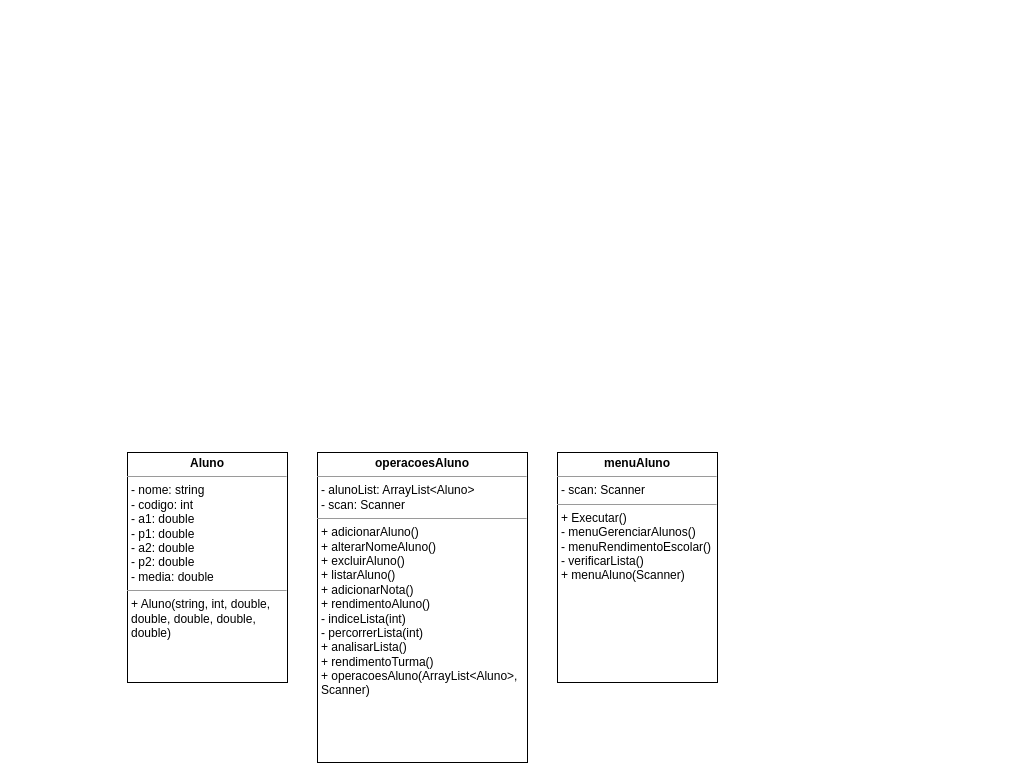
Before: Projeto_Clinica/Projeto_A2.drawio in RyanBrittes/Faculdade_LOO, a draw.io diagram. Source tidied: cells renumbered, new cells numbered last; positions are measured from the earlier drawing's top-left corner, leaving out a move shared by most shapes. Both pictures are drawn from the tidied source at 100%, with x=0, y=0 at pixel (127, 452).
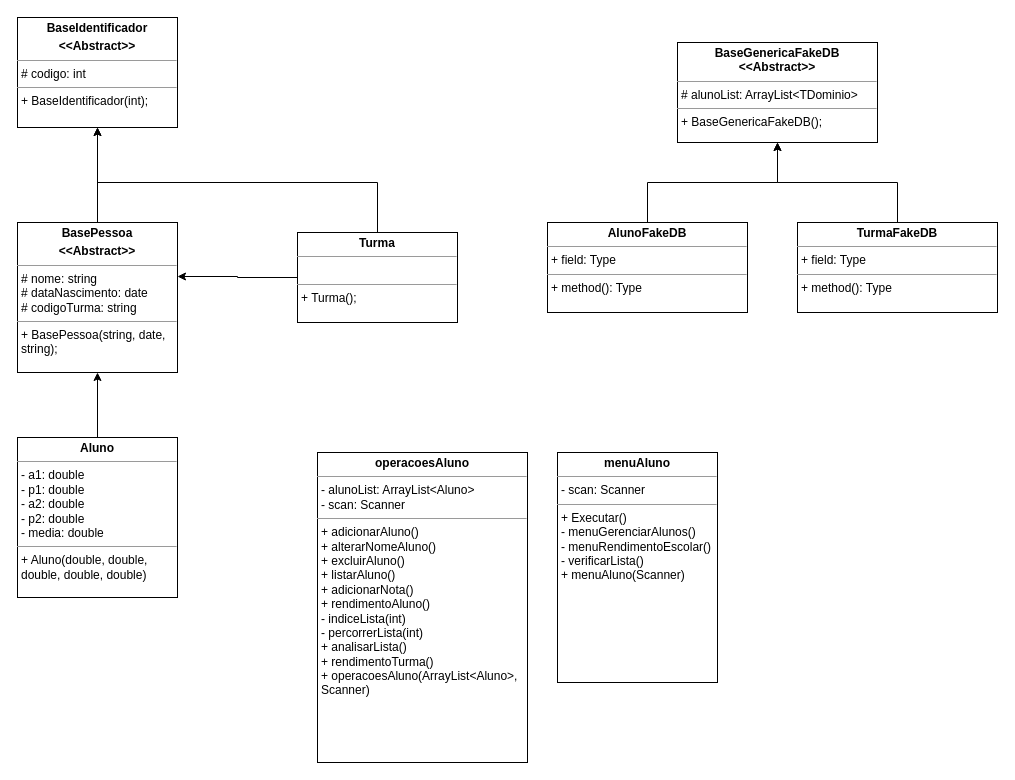
Above is the later version.

Change to the diagram source:
```diff
@@
 <mxGraphModel>
   <root>
     <mxCell id="0" />
     <mxCell id="1" parent="0" />
+    <mxCell id="5" style="edgeStyle=orthogonalEdgeStyle;rounded=0;jettySize=auto;html=1;" parent="1" edge="1" source="2" target="8">
+      <mxGeometry relative="1" as="geometry" />
+    </mxCell>
-    <mxCell id="2" value="&lt;p style=&quot;margin:0px;margin-top:4px;text-align:center;&quot;&gt;&lt;b&gt;Aluno&lt;/b&gt;&lt;/p&gt;&lt;hr size=&quot;1&quot;&gt;&lt;p style=&quot;margin:0px;margin-left:4px;&quot;&gt;- nome: string&lt;/p&gt;&lt;p style=&quot;margin:0px;margin-left:4px;&quot;&gt;- codigo: int&lt;/p&gt;&lt;p style=&quot;margin:0px;margin-left:4px;&quot;&gt;- a1: double&lt;/p&gt;&lt;p style=&quot;margin:0px;margin-left:4px;&quot;&gt;- p1: double&lt;/p&gt;&lt;p style=&quot;margin:0px;margin-left:4px;&quot;&gt;- a2: double&lt;/p&gt;&lt;p style=&quot;margin:0px;margin-left:4px;&quot;&gt;- p2: double&lt;/p&gt;&lt;p style=&quot;margin:0px;margin-left:4px;&quot;&gt;- media: double&lt;/p&gt;&lt;hr size=&quot;1&quot;&gt;&lt;p style=&quot;margin:0px;margin-left:4px;&quot;&gt;+ Aluno(string, int, double, double, double, double, double)&lt;/p&gt;&lt;p style=&quot;margin:0px;margin-left:4px;&quot;&gt;&lt;br&gt;&lt;/p&gt;&lt;p style=&quot;margin:0px;margin-left:4px;&quot;&gt;&lt;br&gt;&lt;/p&gt;" style="verticalAlign=top;align=left;overflow=fill;fontSize=12;fontFamily=Helvetica;html=1;whiteSpace=wrap;" parent="1" vertex="1">
-      <mxGeometry width="160" height="230" as="geometry" />
+    <mxCell id="2" value="&lt;p style=&quot;margin:0px;margin-top:4px;text-align:center;&quot;&gt;&lt;b&gt;Aluno&lt;/b&gt;&lt;/p&gt;&lt;hr size=&quot;1&quot;&gt;&lt;p style=&quot;margin:0px;margin-left:4px;&quot;&gt;&lt;span style=&quot;background-color: initial;&quot;&gt;- a1: double&lt;/span&gt;&lt;br&gt;&lt;/p&gt;&lt;p style=&quot;margin:0px;margin-left:4px;&quot;&gt;- p1: double&lt;/p&gt;&lt;p style=&quot;margin:0px;margin-left:4px;&quot;&gt;- a2: double&lt;/p&gt;&lt;p style=&quot;margin:0px;margin-left:4px;&quot;&gt;- p2: double&lt;/p&gt;&lt;p style=&quot;margin:0px;margin-left:4px;&quot;&gt;- media: double&lt;/p&gt;&lt;hr size=&quot;1&quot;&gt;&lt;p style=&quot;margin:0px;margin-left:4px;&quot;&gt;+ Aluno(double, double, double, double, double)&lt;/p&gt;&lt;p style=&quot;margin:0px;margin-left:4px;&quot;&gt;&lt;br&gt;&lt;/p&gt;&lt;p style=&quot;margin:0px;margin-left:4px;&quot;&gt;&lt;br&gt;&lt;/p&gt;" style="verticalAlign=top;align=left;overflow=fill;fontSize=12;fontFamily=Helvetica;html=1;whiteSpace=wrap;" parent="1" vertex="1">
+      <mxGeometry x="-110" y="-15" width="160" height="160" as="geometry" />
     </mxCell>
     <mxCell id="3" value="&lt;p style=&quot;margin:0px;margin-top:4px;text-align:center;&quot;&gt;&lt;b&gt;menuAluno&lt;/b&gt;&lt;/p&gt;&lt;hr size=&quot;1&quot;&gt;&lt;p style=&quot;margin:0px;margin-left:4px;&quot;&gt;- scan: Scanner&lt;/p&gt;&lt;hr size=&quot;1&quot;&gt;&lt;p style=&quot;margin:0px;margin-left:4px;&quot;&gt;+ Executar()&lt;/p&gt;&lt;p style=&quot;margin:0px;margin-left:4px;&quot;&gt;- menuGerenciarAlunos()&lt;/p&gt;&lt;p style=&quot;margin:0px;margin-left:4px;&quot;&gt;- menuRendimentoEscolar()&lt;/p&gt;&lt;p style=&quot;margin:0px;margin-left:4px;&quot;&gt;- verificarLista()&lt;/p&gt;&lt;p style=&quot;margin:0px;margin-left:4px;&quot;&gt;+ menuAluno(Scanner)&lt;/p&gt;" style="verticalAlign=top;align=left;overflow=fill;fontSize=12;fontFamily=Helvetica;html=1;whiteSpace=wrap;" parent="1" vertex="1">
       <mxGeometry x="430" width="160" height="230" as="geometry" />
     </mxCell>
     <mxCell id="4" value="&lt;p style=&quot;margin:0px;margin-top:4px;text-align:center;&quot;&gt;&lt;b&gt;operacoesAluno&lt;/b&gt;&lt;/p&gt;&lt;hr size=&quot;1&quot;&gt;&lt;p style=&quot;margin:0px;margin-left:4px;&quot;&gt;- alunoList: ArrayList&amp;lt;Aluno&amp;gt;&lt;/p&gt;&lt;p style=&quot;margin:0px;margin-left:4px;&quot;&gt;- scan: Scanner&lt;/p&gt;&lt;hr size=&quot;1&quot;&gt;&lt;p style=&quot;margin:0px;margin-left:4px;&quot;&gt;+ adicionarAluno()&lt;/p&gt;&lt;p style=&quot;margin:0px;margin-left:4px;&quot;&gt;+ alterarNomeAluno()&lt;/p&gt;&lt;p style=&quot;margin:0px;margin-left:4px;&quot;&gt;+ excluirAluno()&lt;/p&gt;&lt;p style=&quot;margin:0px;margin-left:4px;&quot;&gt;+ listarAluno()&lt;/p&gt;&lt;p style=&quot;margin:0px;margin-left:4px;&quot;&gt;+ adicionarNota()&lt;/p&gt;&lt;p style=&quot;margin:0px;margin-left:4px;&quot;&gt;+ rendimentoAluno()&lt;/p&gt;&lt;p style=&quot;margin:0px;margin-left:4px;&quot;&gt;- indiceLista(int)&lt;/p&gt;&lt;p style=&quot;margin:0px;margin-left:4px;&quot;&gt;- percorrerLista(int)&lt;/p&gt;&lt;p style=&quot;margin:0px;margin-left:4px;&quot;&gt;+ analisarLista()&lt;/p&gt;&lt;p style=&quot;margin:0px;margin-left:4px;&quot;&gt;+ rendimentoTurma()&lt;/p&gt;&lt;p style=&quot;margin:0px;margin-left:4px;&quot;&gt;+ operacoesAluno(ArrayList&amp;lt;Aluno&amp;gt;,&lt;/p&gt;&lt;p style=&quot;margin:0px;margin-left:4px;&quot;&gt;Scanner)&lt;/p&gt;" style="verticalAlign=top;align=left;overflow=fill;fontSize=12;fontFamily=Helvetica;html=1;whiteSpace=wrap;" parent="1" vertex="1">
       <mxGeometry x="190" width="210" height="310" as="geometry" />
     </mxCell>
+    <mxCell id="6" value="&lt;p style=&quot;margin:0px;margin-top:4px;text-align:center;&quot;&gt;&lt;b&gt;BaseIdentificador&lt;/b&gt;&lt;/p&gt;&lt;p style=&quot;margin:0px;margin-top:4px;text-align:center;&quot;&gt;&lt;b&gt;&amp;lt;&amp;lt;Abstract&amp;gt;&amp;gt;&lt;/b&gt;&lt;/p&gt;&lt;hr size=&quot;1&quot;&gt;&lt;p style=&quot;margin:0px;margin-left:4px;&quot;&gt;# codigo: int&lt;/p&gt;&lt;hr size=&quot;1&quot;&gt;&lt;p style=&quot;margin:0px;margin-left:4px;&quot;&gt;+ BaseIdentificador(int);&lt;/p&gt;" style="verticalAlign=top;align=left;overflow=fill;fontSize=12;fontFamily=Helvetica;html=1;whiteSpace=wrap;" parent="1" vertex="1">
+      <mxGeometry x="-110" y="-435" width="160" height="110" as="geometry" />
+    </mxCell>
+    <mxCell id="7" style="edgeStyle=orthogonalEdgeStyle;rounded=0;jettySize=auto;html=1;" parent="1" edge="1" source="8" target="6">
+      <mxGeometry relative="1" as="geometry" />
+    </mxCell>
+    <mxCell id="8" value="&lt;p style=&quot;margin:0px;margin-top:4px;text-align:center;&quot;&gt;&lt;b&gt;BasePessoa&lt;/b&gt;&lt;/p&gt;&lt;p style=&quot;margin:0px;margin-top:4px;text-align:center;&quot;&gt;&lt;b&gt;&amp;lt;&amp;lt;Abstract&amp;gt;&amp;gt;&lt;/b&gt;&lt;/p&gt;&lt;hr size=&quot;1&quot;&gt;&lt;p style=&quot;margin:0px;margin-left:4px;&quot;&gt;# nome: string&lt;/p&gt;&lt;p style=&quot;margin:0px;margin-left:4px;&quot;&gt;# dataNascimento: date&lt;/p&gt;&lt;p style=&quot;margin:0px;margin-left:4px;&quot;&gt;# codigoTurma: string&lt;/p&gt;&lt;hr size=&quot;1&quot;&gt;&lt;p style=&quot;margin:0px;margin-left:4px;&quot;&gt;+ BasePessoa(string, date, string);&lt;/p&gt;" style="verticalAlign=top;align=left;overflow=fill;fontSize=12;fontFamily=Helvetica;html=1;whiteSpace=wrap;" parent="1" vertex="1">
+      <mxGeometry x="-110" y="-230" width="160" height="150" as="geometry" />
+    </mxCell>
+    <mxCell id="9" style="edgeStyle=orthogonalEdgeStyle;rounded=0;jettySize=auto;html=1;entryX=0.5;entryY=1;entryDx=0;entryDy=0;" parent="1" edge="1" source="10" target="6">
+      <mxGeometry relative="1" as="geometry">
+        <Array as="points">
+          <mxPoint x="250" y="-270" />
+          <mxPoint x="-30" y="-270" />
+        </Array>
+      </mxGeometry>
+    </mxCell>
+    <mxCell id="10" value="&lt;p style=&quot;margin:0px;margin-top:4px;text-align:center;&quot;&gt;&lt;b&gt;Turma&lt;/b&gt;&lt;/p&gt;&lt;hr size=&quot;1&quot;&gt;&lt;p style=&quot;margin:0px;margin-left:4px;&quot;&gt;&lt;br&gt;&lt;/p&gt;&lt;hr size=&quot;1&quot;&gt;&lt;p style=&quot;margin:0px;margin-left:4px;&quot;&gt;+ Turma();&lt;/p&gt;" style="verticalAlign=top;align=left;overflow=fill;fontSize=12;fontFamily=Helvetica;html=1;whiteSpace=wrap;" parent="1" vertex="1">
+      <mxGeometry x="170" y="-220" width="160" height="90" as="geometry" />
+    </mxCell>
+    <mxCell id="11" style="edgeStyle=orthogonalEdgeStyle;rounded=0;jettySize=auto;html=1;entryX=1;entryY=0.36;entryDx=0;entryDy=0;entryPerimeter=0;" parent="1" edge="1" source="10" target="8">
+      <mxGeometry relative="1" as="geometry" />
+    </mxCell>
+    <mxCell id="12" value="&lt;p style=&quot;margin:0px;margin-top:4px;text-align:center;&quot;&gt;&lt;b&gt;BaseGenericaFakeDB&lt;br&gt;&amp;lt;&amp;lt;Abstract&amp;gt;&amp;gt;&lt;/b&gt;&lt;/p&gt;&lt;hr size=&quot;1&quot;&gt;&lt;p style=&quot;margin:0px;margin-left:4px;&quot;&gt;# alunoList: ArrayList&amp;lt;TDominio&amp;gt;&lt;/p&gt;&lt;hr size=&quot;1&quot;&gt;&lt;p style=&quot;margin:0px;margin-left:4px;&quot;&gt;+ BaseGenericaFakeDB();&lt;/p&gt;" style="verticalAlign=top;align=left;overflow=fill;fontSize=12;fontFamily=Helvetica;html=1;whiteSpace=wrap;" parent="1" vertex="1">
+      <mxGeometry x="550" y="-410" width="200" height="100" as="geometry" />
+    </mxCell>
+    <mxCell id="13" style="edgeStyle=orthogonalEdgeStyle;rounded=0;jettySize=auto;html=1;" parent="1" edge="1" source="14" target="12">
+      <mxGeometry relative="1" as="geometry" />
+    </mxCell>
+    <mxCell id="14" value="&lt;p style=&quot;margin:0px;margin-top:4px;text-align:center;&quot;&gt;&lt;b&gt;AlunoFakeDB&lt;/b&gt;&lt;/p&gt;&lt;hr size=&quot;1&quot;&gt;&lt;p style=&quot;margin:0px;margin-left:4px;&quot;&gt;+ field: Type&lt;/p&gt;&lt;hr size=&quot;1&quot;&gt;&lt;p style=&quot;margin:0px;margin-left:4px;&quot;&gt;+ method(): Type&lt;/p&gt;" style="verticalAlign=top;align=left;overflow=fill;fontSize=12;fontFamily=Helvetica;html=1;whiteSpace=wrap;" parent="1" vertex="1">
+      <mxGeometry x="420" y="-230" width="200" height="90" as="geometry" />
+    </mxCell>
+    <mxCell id="15" style="edgeStyle=orthogonalEdgeStyle;rounded=0;jettySize=auto;html=1;" parent="1" edge="1" source="16" target="12">
+      <mxGeometry relative="1" as="geometry" />
+    </mxCell>
+    <mxCell id="16" value="&lt;p style=&quot;margin:0px;margin-top:4px;text-align:center;&quot;&gt;&lt;b&gt;TurmaFakeDB&lt;/b&gt;&lt;/p&gt;&lt;hr size=&quot;1&quot;&gt;&lt;p style=&quot;margin:0px;margin-left:4px;&quot;&gt;+ field: Type&lt;/p&gt;&lt;hr size=&quot;1&quot;&gt;&lt;p style=&quot;margin:0px;margin-left:4px;&quot;&gt;+ method(): Type&lt;/p&gt;" style="verticalAlign=top;align=left;overflow=fill;fontSize=12;fontFamily=Helvetica;html=1;whiteSpace=wrap;" parent="1" vertex="1">
+      <mxGeometry x="670" y="-230" width="200" height="90" as="geometry" />
+    </mxCell>
   </root>
 </mxGraphModel>
```
